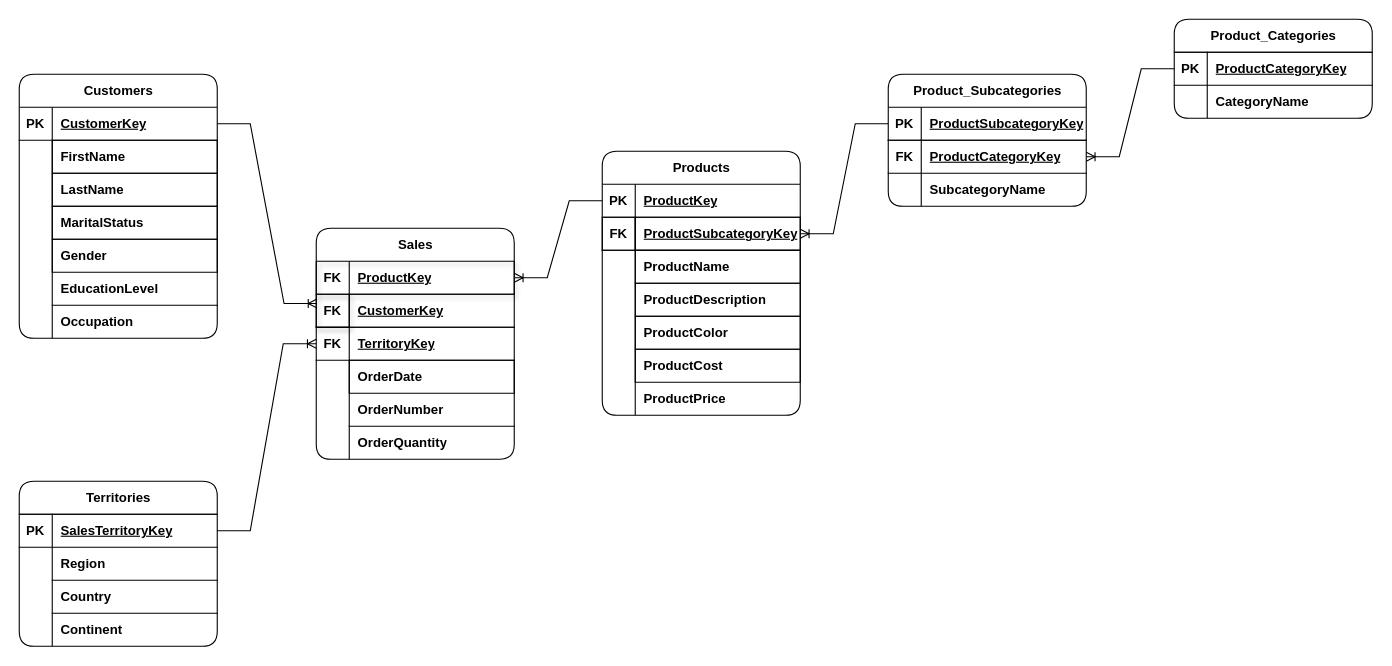
Above: Docs/Data Model.drawio in Lohithgk/Data_Engineering (draw.io), before the change. Source tidied: cells renumbered, new cells numbered last; positions are measured from the earlier drawing's top-left corner, leaving out a move shared by most shapes. Both pictures are drawn from the tidied source at 110%, with x=0, y=0 at pixel (19, 19).
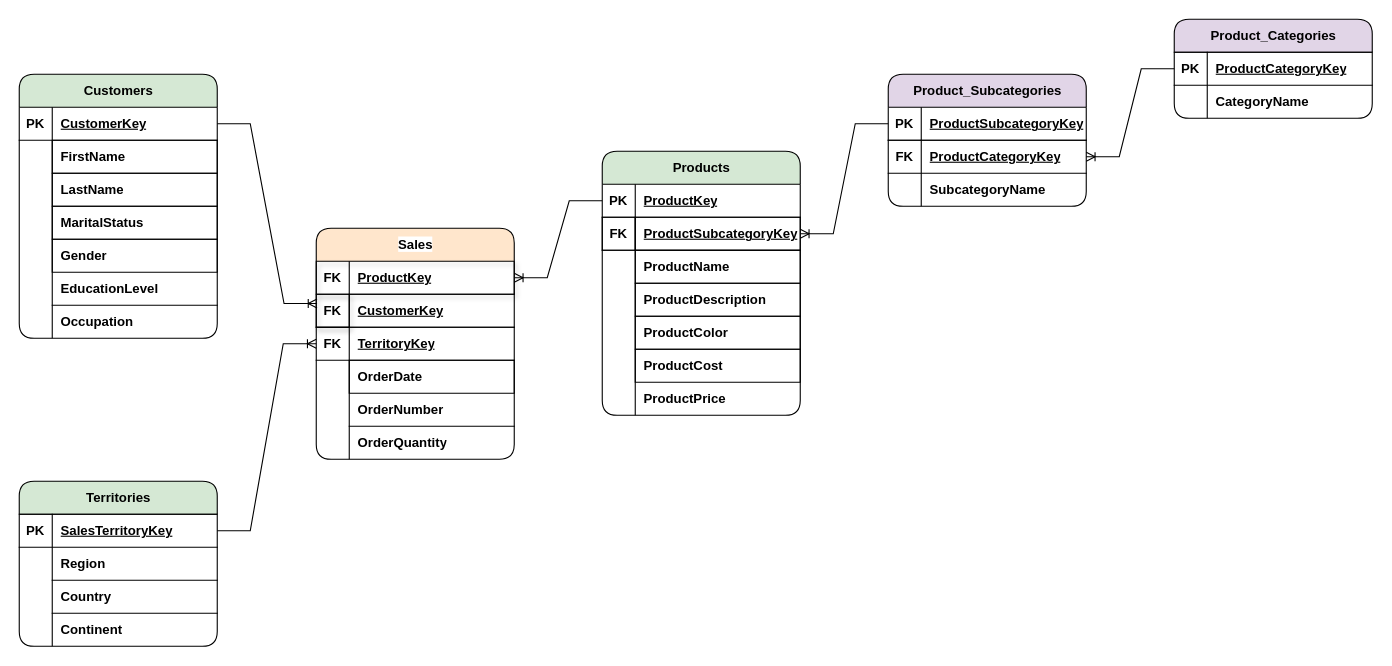
The same page after the edit.

Diff of the diagram source:
```diff
@@
-    <mxCell id="2" value="Sales" style="shape=table;startSize=30;childLayout=tableLayout;rowLines=0;fontStyle=1;align=center;html=1;rounded=1;shadow=0;swimlaneHead=1;swimlaneLine=0;" parent="1" vertex="1">
+    <mxCell id="2" value="&lt;span style=&quot;background-color: light-dark(#ffffff, var(--ge-dark-color, #121212));&quot;&gt;Sales&lt;/span&gt;" style="shape=table;startSize=30;childLayout=tableLayout;rowLines=0;fontStyle=1;align=center;html=1;rounded=1;shadow=0;swimlaneHead=1;swimlaneLine=0;fillColor=#ffe6cc;strokeColor=default;" parent="1" vertex="1">
       <mxGeometry x="270" y="190" width="180" height="210" as="geometry" />
     </mxCell>
@@
-    <mxCell id="21" value="Products" style="shape=table;startSize=30;childLayout=tableLayout;rowLines=0;fontStyle=1;align=center;html=1;rounded=1;" parent="1" vertex="1">
+    <mxCell id="21" value="Products" style="shape=table;startSize=30;childLayout=tableLayout;rowLines=0;fontStyle=1;align=center;html=1;rounded=1;fillColor=#d5e8d4;strokeColor=default;" parent="1" vertex="1">
       <mxGeometry x="530" y="120" width="180" height="240" as="geometry" />
     </mxCell>
@@
-    <mxCell id="43" value="Product_Subcategories" style="shape=table;startSize=30;childLayout=tableLayout;rowLines=0;fontStyle=1;align=center;html=1;rounded=1;" parent="1" vertex="1">
+    <mxCell id="43" value="Product_Subcategories" style="shape=table;startSize=30;childLayout=tableLayout;rowLines=0;fontStyle=1;align=center;html=1;rounded=1;fillColor=#e1d5e7;strokeColor=default;" parent="1" vertex="1">
       <mxGeometry x="790" y="50" width="180" height="120" as="geometry" />
     </mxCell>
@@
-    <mxCell id="53" value="Product_Categories" style="shape=table;startSize=30;childLayout=tableLayout;rowLines=0;fontStyle=1;align=center;html=1;rounded=1;" parent="1" vertex="1">
+    <mxCell id="53" value="Product_Categories" style="shape=table;startSize=30;childLayout=tableLayout;rowLines=0;fontStyle=1;align=center;html=1;rounded=1;fillColor=#e1d5e7;strokeColor=default;" parent="1" vertex="1">
       <mxGeometry x="1050" width="180" height="90" as="geometry" />
     </mxCell>
@@
-    <mxCell id="60" value="Customers" style="shape=table;startSize=30;childLayout=tableLayout;rowLines=0;fontStyle=1;align=center;html=1;rounded=1;" parent="1" vertex="1">
+    <mxCell id="60" value="Customers" style="shape=table;startSize=30;childLayout=tableLayout;rowLines=0;fontStyle=1;align=center;html=1;rounded=1;fillColor=#d5e8d4;strokeColor=default;" parent="1" vertex="1">
       <mxGeometry y="50" width="180" height="240" as="geometry" />
     </mxCell>
@@
-    <mxCell id="82" value="Territories" style="shape=table;startSize=30;childLayout=tableLayout;rowLines=0;fontStyle=1;align=center;html=1;rounded=1;" parent="1" vertex="1">
+    <mxCell id="82" value="Territories" style="shape=table;startSize=30;childLayout=tableLayout;rowLines=0;fontStyle=1;align=center;html=1;rounded=1;fillColor=#d5e8d4;strokeColor=default;" parent="1" vertex="1">
       <mxGeometry y="420" width="180" height="150" as="geometry" />
     </mxCell>
```
